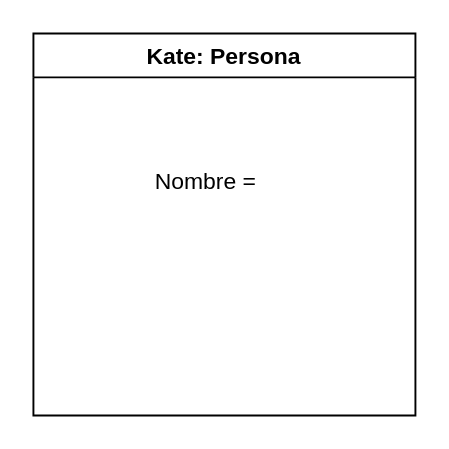
Above: Ejercicio 2.drawio in ESTHERRODRIGUEZGARCIA/TrabajoGrupal1-EDA (draw.io), before the change. Source tidied: cells renumbered, new cells numbered last; positions are measured from the earlier drawing's top-left corner, leaving out a move shared by most shapes. Both pictures are drawn from the tidied source at 191%, with x=0, y=0 at pixel (32, 32).
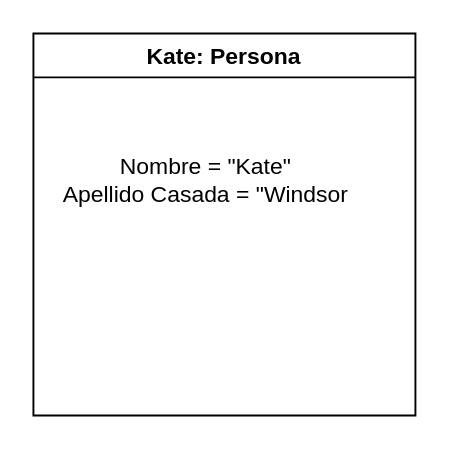
After the change.

Commit message:
Kate terminado

The edit, as a diff of the source:
```diff
@@
 <mxGraphModel>
   <root>
     <mxCell id="0" />
     <mxCell id="1" parent="0" />
     <mxCell id="2" value="Kate: Persona" style="swimlane;" parent="1" vertex="1">
       <mxGeometry width="200" height="200" as="geometry" />
     </mxCell>
-    <mxCell id="3" value="&lt;br&gt;Nombre =" style="text;html=1;align=center;verticalAlign=middle;strokeColor=none;fillColor=none;" parent="1" vertex="1">
-      <mxGeometry x="55" y="55" width="70" height="30" as="geometry" />
+    <mxCell id="3" value="&lt;br&gt;Nombre = &quot;Kate&quot;&lt;br&gt;Apellido Casada = &quot;Windsor" style="text;html=1;align=center;verticalAlign=middle;strokeColor=none;fillColor=none;" parent="1" vertex="1">
+      <mxGeometry x="5" y="45" width="170" height="50" as="geometry" />
     </mxCell>
   </root>
 </mxGraphModel>
```
